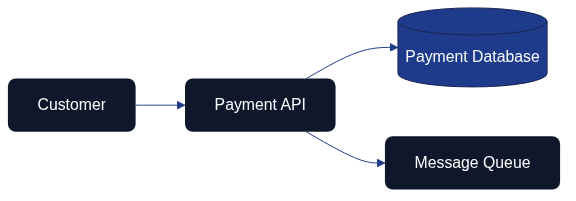
Before: docs/images/diagram_22_mermaid_example.png, a diagram exported from Mermaid (Geonitab/architecture_as_code). Its source is kept beside it as docs/images/diagram_22_mermaid_example.mmd.
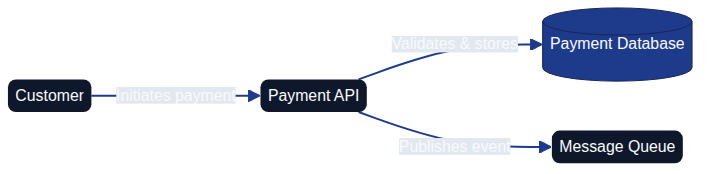
Later version of the same file.

Change to the diagram source:
```diff
@@ -1,11 +1,3 @@
-
-classDef kv-primary fill:#1e3a8a,stroke:#0f172a,stroke-width:2px,color:#f8fafc;
-classDef kv-accent fill:#6366f1,stroke:#312e81,stroke-width:2px,color:#f8fafc;
-classDef kv-highlight fill:#fbbf24,stroke:#92400e,stroke-width:2px,color:#1f2937;
-classDef kv-muted fill:#e2e8f0,stroke:#475569,stroke-width:1px,color:#0f172a;
-
-linkStyle default stroke:#0f172a,stroke-width:2px;
-
 graph LR
     User[Customer]:::kv-primary -->|Initiates payment| API[Payment API]:::kv-accent
     API -->|Validates & stores| DB[(Payment Database)]:::kv-highlight
```
